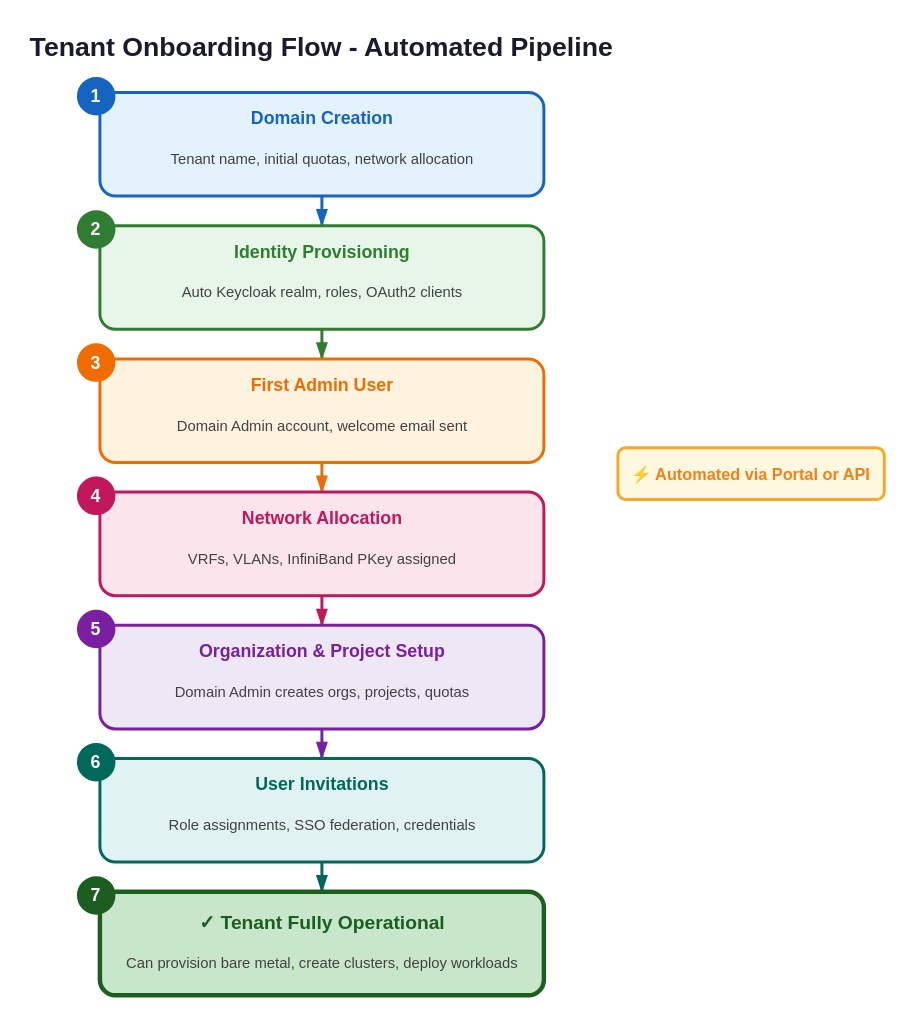
Above: docs/diagrams/tenant-onboarding.drawio in aamir939/Documentation (draw.io), before the change. Source tidied: cells renumbered, new cells numbered last; positions are measured from the earlier drawing's top-left corner, leaving out a move shared by most shapes. Both pictures are drawn from the tidied source at 148%, with x=0, y=0 at pixel (25, 25).
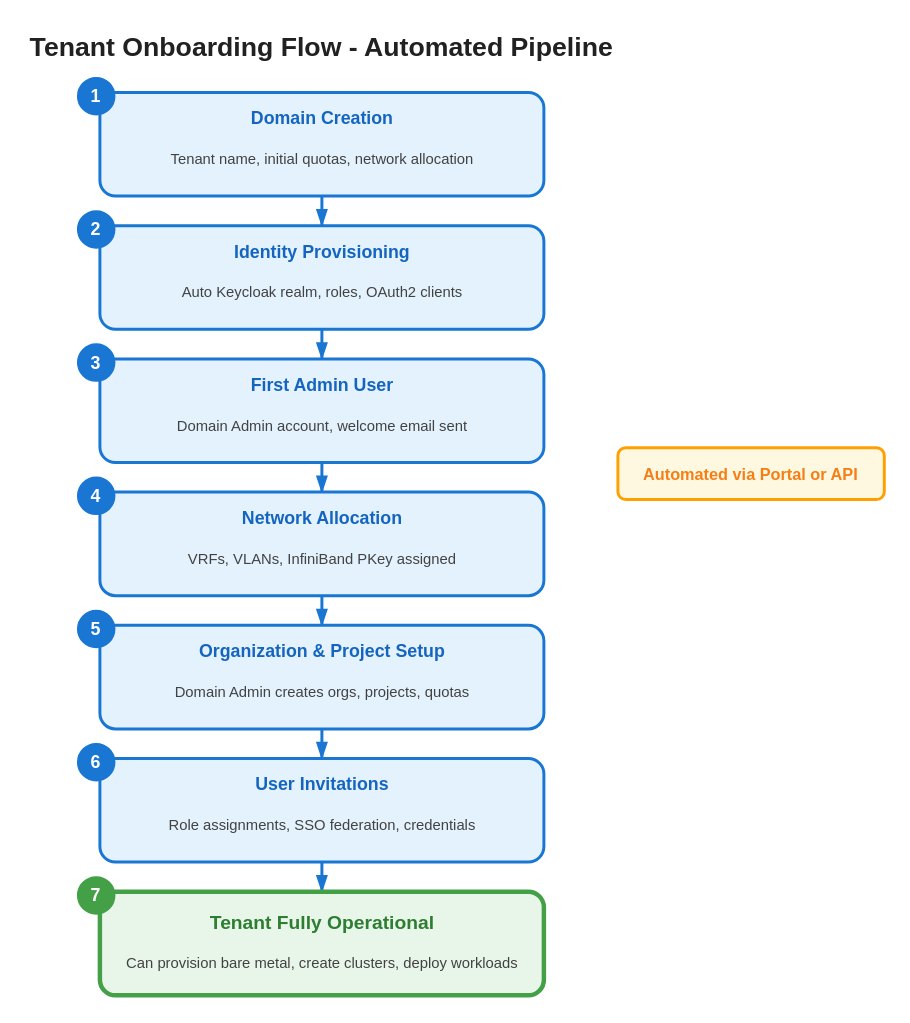
Above is the later version.

Change to the diagram source:
```diff
@@
-    <mxCell id="2" value="Tenant Onboarding Flow - Automated Pipeline" style="text;html=1;strokeColor=none;fillColor=none;align=center;verticalAlign=middle;whiteSpace=wrap;rounded=0;fontSize=18;fontStyle=1;fontColor=#1a1a2e;" parent="1" vertex="1">
+    <mxCell id="2" value="Tenant Onboarding Flow - Automated Pipeline" style="text;html=1;strokeColor=none;fillColor=none;align=center;verticalAlign=middle;whiteSpace=wrap;rounded=0;fontSize=18;fontStyle=1;fontColor=#212121;" parent="1" vertex="1">
       <mxGeometry width="400" height="30" as="geometry" />
     </mxCell>
-    <mxCell id="3" style="rounded=1;whiteSpace=wrap;html=1;fillColor=#e3f2fd;strokeColor=#1565c0;strokeWidth=2;" parent="1" vertex="1">
+    <mxCell id="3" style="rounded=1;whiteSpace=wrap;html=1;fillColor=#e3f2fd;strokeColor=#1976d2;strokeWidth=2;" parent="1" vertex="1">
       <mxGeometry x="50" y="45" width="300" height="70" as="geometry" />
     </mxCell>
-    <mxCell id="4" value="1" style="ellipse;whiteSpace=wrap;html=1;fillColor=#1565c0;strokeColor=#1565c0;fontColor=#ffffff;fontStyle=1;fontSize=12;" parent="1" vertex="1">
+    <mxCell id="4" value="1" style="ellipse;whiteSpace=wrap;html=1;fillColor=#1976d2;strokeColor=#1976d2;fontColor=#ffffff;fontStyle=1;fontSize=12;" parent="1" vertex="1">
       <mxGeometry x="35" y="35" width="25" height="25" as="geometry" />
     </mxCell>
@@
-    <mxCell id="7" style="edgeStyle=orthogonalEdgeStyle;rounded=0;jettySize=auto;html=1;strokeWidth=2;strokeColor=#1565c0;endArrow=blockThin;endFill=1;" parent="1" edge="1" source="3" target="8">
+    <mxCell id="7" style="edgeStyle=orthogonalEdgeStyle;rounded=0;jettySize=auto;html=1;strokeWidth=2;strokeColor=#1976d2;endArrow=blockThin;endFill=1;" parent="1" edge="1" source="3" target="8">
       <mxGeometry relative="1" as="geometry" />
     </mxCell>
-    <mxCell id="8" style="rounded=1;whiteSpace=wrap;html=1;fillColor=#e8f5e9;strokeColor=#2e7d32;strokeWidth=2;" parent="1" vertex="1">
+    <mxCell id="8" style="rounded=1;whiteSpace=wrap;html=1;fillColor=#e3f2fd;strokeColor=#1976d2;strokeWidth=2;" parent="1" vertex="1">
       <mxGeometry x="50" y="135" width="300" height="70" as="geometry" />
     </mxCell>
-    <mxCell id="9" value="2" style="ellipse;whiteSpace=wrap;html=1;fillColor=#2e7d32;strokeColor=#2e7d32;fontColor=#ffffff;fontStyle=1;fontSize=12;" parent="1" vertex="1">
+    <mxCell id="9" value="2" style="ellipse;whiteSpace=wrap;html=1;fillColor=#1976d2;strokeColor=#1976d2;fontColor=#ffffff;fontStyle=1;fontSize=12;" parent="1" vertex="1">
       <mxGeometry x="35" y="125" width="25" height="25" as="geometry" />
     </mxCell>
-    <mxCell id="10" value="Identity Provisioning" style="text;html=1;strokeColor=none;fillColor=none;align=center;verticalAlign=middle;fontStyle=1;fontSize=12;fontColor=#2e7d32;" parent="1" vertex="1">
+    <mxCell id="10" value="Identity Provisioning" style="text;html=1;strokeColor=none;fillColor=none;align=center;verticalAlign=middle;fontStyle=1;fontSize=12;fontColor=#1565c0;" parent="1" vertex="1">
       <mxGeometry x="50" y="143" width="300" height="20" as="geometry" />
     </mxCell>
@@
-    <mxCell id="12" style="edgeStyle=orthogonalEdgeStyle;rounded=0;jettySize=auto;html=1;strokeWidth=2;strokeColor=#2e7d32;endArrow=blockThin;endFill=1;" parent="1" edge="1" source="8" target="13">
+    <mxCell id="12" style="edgeStyle=orthogonalEdgeStyle;rounded=0;jettySize=auto;html=1;strokeWidth=2;strokeColor=#1976d2;endArrow=blockThin;endFill=1;" parent="1" edge="1" source="8" target="13">
       <mxGeometry relative="1" as="geometry" />
     </mxCell>
-    <mxCell id="13" style="rounded=1;whiteSpace=wrap;html=1;fillColor=#fff3e0;strokeColor=#ef6c00;strokeWidth=2;" parent="1" vertex="1">
+    <mxCell id="13" style="rounded=1;whiteSpace=wrap;html=1;fillColor=#e3f2fd;strokeColor=#1976d2;strokeWidth=2;" parent="1" vertex="1">
       <mxGeometry x="50" y="225" width="300" height="70" as="geometry" />
     </mxCell>
-    <mxCell id="14" value="3" style="ellipse;whiteSpace=wrap;html=1;fillColor=#ef6c00;strokeColor=#ef6c00;fontColor=#ffffff;fontStyle=1;fontSize=12;" parent="1" vertex="1">
+    <mxCell id="14" value="3" style="ellipse;whiteSpace=wrap;html=1;fillColor=#1976d2;strokeColor=#1976d2;fontColor=#ffffff;fontStyle=1;fontSize=12;" parent="1" vertex="1">
       <mxGeometry x="35" y="215" width="25" height="25" as="geometry" />
     </mxCell>
-    <mxCell id="15" value="First Admin User" style="text;html=1;strokeColor=none;fillColor=none;align=center;verticalAlign=middle;fontStyle=1;fontSize=12;fontColor=#ef6c00;" parent="1" vertex="1">
+    <mxCell id="15" value="First Admin User" style="text;html=1;strokeColor=none;fillColor=none;align=center;verticalAlign=middle;fontStyle=1;fontSize=12;fontColor=#1565c0;" parent="1" vertex="1">
       <mxGeometry x="50" y="233" width="300" height="20" as="geometry" />
     </mxCell>
@@
-    <mxCell id="17" style="edgeStyle=orthogonalEdgeStyle;rounded=0;jettySize=auto;html=1;strokeWidth=2;strokeColor=#ef6c00;endArrow=blockThin;endFill=1;" parent="1" edge="1" source="13" target="18">
+    <mxCell id="17" style="edgeStyle=orthogonalEdgeStyle;rounded=0;jettySize=auto;html=1;strokeWidth=2;strokeColor=#1976d2;endArrow=blockThin;endFill=1;" parent="1" edge="1" source="13" target="18">
       <mxGeometry relative="1" as="geometry" />
     </mxCell>
-    <mxCell id="18" style="rounded=1;whiteSpace=wrap;html=1;fillColor=#fce4ec;strokeColor=#c2185b;strokeWidth=2;" parent="1" vertex="1">
+    <mxCell id="18" style="rounded=1;whiteSpace=wrap;html=1;fillColor=#e3f2fd;strokeColor=#1976d2;strokeWidth=2;" parent="1" vertex="1">
       <mxGeometry x="50" y="315" width="300" height="70" as="geometry" />
     </mxCell>
-    <mxCell id="19" value="4" style="ellipse;whiteSpace=wrap;html=1;fillColor=#c2185b;strokeColor=#c2185b;fontColor=#ffffff;fontStyle=1;fontSize=12;" parent="1" vertex="1">
+    <mxCell id="19" value="4" style="ellipse;whiteSpace=wrap;html=1;fillColor=#1976d2;strokeColor=#1976d2;fontColor=#ffffff;fontStyle=1;fontSize=12;" parent="1" vertex="1">
       <mxGeometry x="35" y="305" width="25" height="25" as="geometry" />
     </mxCell>
-    <mxCell id="20" value="Network Allocation" style="text;html=1;strokeColor=none;fillColor=none;align=center;verticalAlign=middle;fontStyle=1;fontSize=12;fontColor=#c2185b;" parent="1" vertex="1">
+    <mxCell id="20" value="Network Allocation" style="text;html=1;strokeColor=none;fillColor=none;align=center;verticalAlign=middle;fontStyle=1;fontSize=12;fontColor=#1565c0;" parent="1" vertex="1">
       <mxGeometry x="50" y="323" width="300" height="20" as="geometry" />
     </mxCell>
@@
-    <mxCell id="22" style="edgeStyle=orthogonalEdgeStyle;rounded=0;jettySize=auto;html=1;strokeWidth=2;strokeColor=#c2185b;endArrow=blockThin;endFill=1;" parent="1" edge="1" source="18" target="23">
+    <mxCell id="22" style="edgeStyle=orthogonalEdgeStyle;rounded=0;jettySize=auto;html=1;strokeWidth=2;strokeColor=#1976d2;endArrow=blockThin;endFill=1;" parent="1" edge="1" source="18" target="23">
       <mxGeometry relative="1" as="geometry" />
     </mxCell>
-    <mxCell id="23" style="rounded=1;whiteSpace=wrap;html=1;fillColor=#ede7f6;strokeColor=#7b1fa2;strokeWidth=2;" parent="1" vertex="1">
+    <mxCell id="23" style="rounded=1;whiteSpace=wrap;html=1;fillColor=#e3f2fd;strokeColor=#1976d2;strokeWidth=2;" parent="1" vertex="1">
       <mxGeometry x="50" y="405" width="300" height="70" as="geometry" />
     </mxCell>
-    <mxCell id="24" value="5" style="ellipse;whiteSpace=wrap;html=1;fillColor=#7b1fa2;strokeColor=#7b1fa2;fontColor=#ffffff;fontStyle=1;fontSize=12;" parent="1" vertex="1">
+    <mxCell id="24" value="5" style="ellipse;whiteSpace=wrap;html=1;fillColor=#1976d2;strokeColor=#1976d2;fontColor=#ffffff;fontStyle=1;fontSize=12;" parent="1" vertex="1">
       <mxGeometry x="35" y="395" width="25" height="25" as="geometry" />
     </mxCell>
-    <mxCell id="25" value="Organization &amp; Project Setup" style="text;html=1;strokeColor=none;fillColor=none;align=center;verticalAlign=middle;fontStyle=1;fontSize=12;fontColor=#7b1fa2;" parent="1" vertex="1">
+    <mxCell id="25" value="Organization &amp; Project Setup" style="text;html=1;strokeColor=none;fillColor=none;align=center;verticalAlign=middle;fontStyle=1;fontSize=12;fontColor=#1565c0;" parent="1" vertex="1">
       <mxGeometry x="50" y="413" width="300" height="20" as="geometry" />
     </mxCell>
@@
-    <mxCell id="27" style="edgeStyle=orthogonalEdgeStyle;rounded=0;jettySize=auto;html=1;strokeWidth=2;strokeColor=#7b1fa2;endArrow=blockThin;endFill=1;" parent="1" edge="1" source="23" target="28">
+    <mxCell id="27" style="edgeStyle=orthogonalEdgeStyle;rounded=0;jettySize=auto;html=1;strokeWidth=2;strokeColor=#1976d2;endArrow=blockThin;endFill=1;" parent="1" edge="1" source="23" target="28">
       <mxGeometry relative="1" as="geometry" />
     </mxCell>
-    <mxCell id="28" style="rounded=1;whiteSpace=wrap;html=1;fillColor=#e0f2f1;strokeColor=#00695c;strokeWidth=2;" parent="1" vertex="1">
+    <mxCell id="28" style="rounded=1;whiteSpace=wrap;html=1;fillColor=#e3f2fd;strokeColor=#1976d2;strokeWidth=2;" parent="1" vertex="1">
       <mxGeometry x="50" y="495" width="300" height="70" as="geometry" />
     </mxCell>
-    <mxCell id="29" value="6" style="ellipse;whiteSpace=wrap;html=1;fillColor=#00695c;strokeColor=#00695c;fontColor=#ffffff;fontStyle=1;fontSize=12;" parent="1" vertex="1">
+    <mxCell id="29" value="6" style="ellipse;whiteSpace=wrap;html=1;fillColor=#1976d2;strokeColor=#1976d2;fontColor=#ffffff;fontStyle=1;fontSize=12;" parent="1" vertex="1">
       <mxGeometry x="35" y="485" width="25" height="25" as="geometry" />
     </mxCell>
-    <mxCell id="30" value="User Invitations" style="text;html=1;strokeColor=none;fillColor=none;align=center;verticalAlign=middle;fontStyle=1;fontSize=12;fontColor=#00695c;" parent="1" vertex="1">
+    <mxCell id="30" value="User Invitations" style="text;html=1;strokeColor=none;fillColor=none;align=center;verticalAlign=middle;fontStyle=1;fontSize=12;fontColor=#1565c0;" parent="1" vertex="1">
       <mxGeometry x="50" y="503" width="300" height="20" as="geometry" />
     </mxCell>
@@
-    <mxCell id="32" style="edgeStyle=orthogonalEdgeStyle;rounded=0;jettySize=auto;html=1;strokeWidth=2;strokeColor=#00695c;endArrow=blockThin;endFill=1;" parent="1" edge="1" source="28" target="33">
+    <mxCell id="32" style="edgeStyle=orthogonalEdgeStyle;rounded=0;jettySize=auto;html=1;strokeWidth=2;strokeColor=#1976d2;endArrow=blockThin;endFill=1;" parent="1" edge="1" source="28" target="33">
       <mxGeometry relative="1" as="geometry" />
     </mxCell>
-    <mxCell id="33" style="rounded=1;whiteSpace=wrap;html=1;fillColor=#c8e6c9;strokeColor=#1b5e20;strokeWidth=3;" parent="1" vertex="1">
+    <mxCell id="33" style="rounded=1;whiteSpace=wrap;html=1;fillColor=#e8f5e9;strokeColor=#43a047;strokeWidth=3;" parent="1" vertex="1">
       <mxGeometry x="50" y="585" width="300" height="70" as="geometry" />
     </mxCell>
-    <mxCell id="34" value="7" style="ellipse;whiteSpace=wrap;html=1;fillColor=#1b5e20;strokeColor=#1b5e20;fontColor=#ffffff;fontStyle=1;fontSize=12;" parent="1" vertex="1">
+    <mxCell id="34" value="7" style="ellipse;whiteSpace=wrap;html=1;fillColor=#43a047;strokeColor=#43a047;fontColor=#ffffff;fontStyle=1;fontSize=12;" parent="1" vertex="1">
       <mxGeometry x="35" y="575" width="25" height="25" as="geometry" />
     </mxCell>
-    <mxCell id="35" value="✓ Tenant Fully Operational" style="text;html=1;strokeColor=none;fillColor=none;align=center;verticalAlign=middle;fontStyle=1;fontSize=13;fontColor=#1b5e20;" parent="1" vertex="1">
+    <mxCell id="35" value="Tenant Fully Operational" style="text;html=1;strokeColor=none;fillColor=none;align=center;verticalAlign=middle;fontStyle=1;fontSize=13;fontColor=#2e7d32;" parent="1" vertex="1">
       <mxGeometry x="50" y="593" width="300" height="25" as="geometry" />
     </mxCell>
@@
-    <mxCell id="37" value="⚡ Automated via Portal or API" style="rounded=1;whiteSpace=wrap;html=1;fillColor=#fff8e1;strokeColor=#f9a825;strokeWidth=2;fontSize=11;fontStyle=1;fontColor=#f57f17;" parent="1" vertex="1">
+    <mxCell id="37" value="Automated via Portal or API" style="rounded=1;whiteSpace=wrap;html=1;fillColor=#fff8e1;strokeColor=#ffa000;strokeWidth=2;fontSize=11;fontStyle=1;fontColor=#f57f17;" parent="1" vertex="1">
       <mxGeometry x="400" y="285" width="180" height="35" as="geometry" />
     </mxCell>
```
